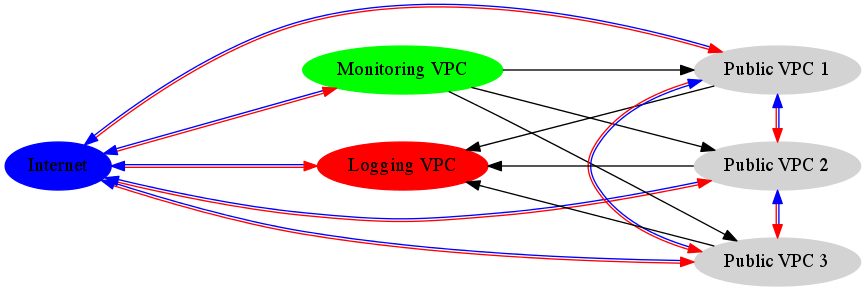
jpancoast/cloudsetup keeps this Graphviz diagram as docs/overall_layout.png. Above is the earlier version. Its source is kept beside it as docs/overall_layout.dot.
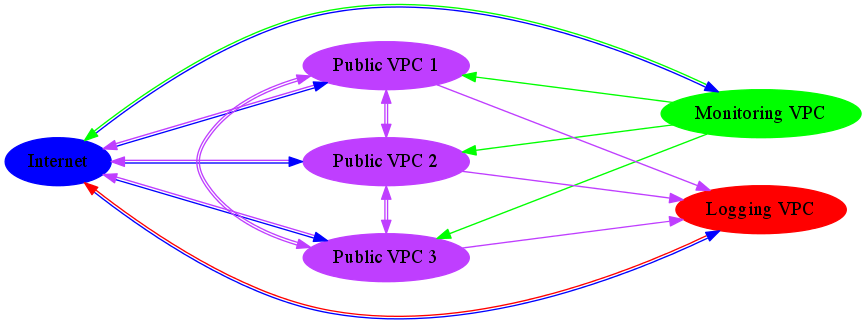
The same diagram one commit later.

Commit message:
making it look pretty!

The edit, as a diff of the source:
```diff
@@ -6,19 +6,20 @@
     "Monitoring VPC" [ color = green, style = filled ]
     "Logging VPC" [ color = red, style = filled ]
 
-    "Public VPC 1" [ color = lightgray, style = filled ]
-    "Public VPC 2" [ color = lightgray, style = filled ]
-    "Public VPC 3" [ color = lightgray, style = filled ]
+    "Public VPC 1" [ color = "darkorchid1", style = filled ]
+    "Public VPC 2" [ color = "darkorchid1", style = filled ]
+    "Public VPC 3" [ color = "darkorchid1", style = filled ]
 
     ranksep = 2.0
     nodesep = .5
 
-    Internet -> "Public VPC 1" [dir=both color="red:blue"];
-    Internet -> "Public VPC 2" [dir=both color="red:blue"];
-    Internet -> "Public VPC 3" [dir=both color="red:blue"];
+    Internet -> "Public VPC 1" [dir=both color="blue:darkorchid1"];
+    Internet -> "Public VPC 2" [dir=both color="blue:darkorchid1"];
+    Internet -> "Public VPC 3" [dir=both color="blue:darkorchid1"];
+
 
     {
-        rank = same;
+        rank = min;
         Internet;
     }
 
@@ -29,24 +30,24 @@
 
 
     {
-        rank = same;
+        rank = max;
         "Monitoring VPC"; "Logging VPC";
     }
 
 
-    Internet -> "Monitoring VPC" [dir=both color="red:blue"];
-    Internet -> "Logging VPC" [dir=both color="red:blue"];
 
-    "Monitoring VPC" -> "Public VPC 1";
-    "Monitoring VPC" -> "Public VPC 2";
-    "Monitoring VPC" -> "Public VPC 3";
+    "Public VPC 1" -> "Public VPC 2" [dir=both color="darkorchid1:darkorchid1"];
+    "Public VPC 1" -> "Public VPC 3" [dir=both color="darkorchid1:darkorchid1"];
+    "Public VPC 2" -> "Public VPC 3" [dir=both color="darkorchid1:darkorchid1"];
 
-    "Public VPC 1" -> "Logging VPC";
-    "Public VPC 2" -> "Logging VPC";
-    "Public VPC 3" -> "Logging VPC";
+    Internet -> "Monitoring VPC" [dir=both color="blue:green"];
+    Internet -> "Logging VPC" [dir=both color="blue:red"];
 
+    "Monitoring VPC" -> "Public VPC 1" [ color="green"];
+    "Monitoring VPC" -> "Public VPC 2" [ color="green"];
+    "Monitoring VPC" -> "Public VPC 3" [ color="green"];
 
-    "Public VPC 1" -> "Public VPC 2" [dir=both color="red:blue"];
-    "Public VPC 1" -> "Public VPC 3" [dir=both color="red:blue"];
-    "Public VPC 2" -> "Public VPC 3" [dir=both color="red:blue"];
+    "Public VPC 1" -> "Logging VPC" [ color = "darkorchid1" ];
+    "Public VPC 2" -> "Logging VPC" [ color = "darkorchid1" ];
+    "Public VPC 3" -> "Logging VPC" [ color = "darkorchid1" ];
 }
```
